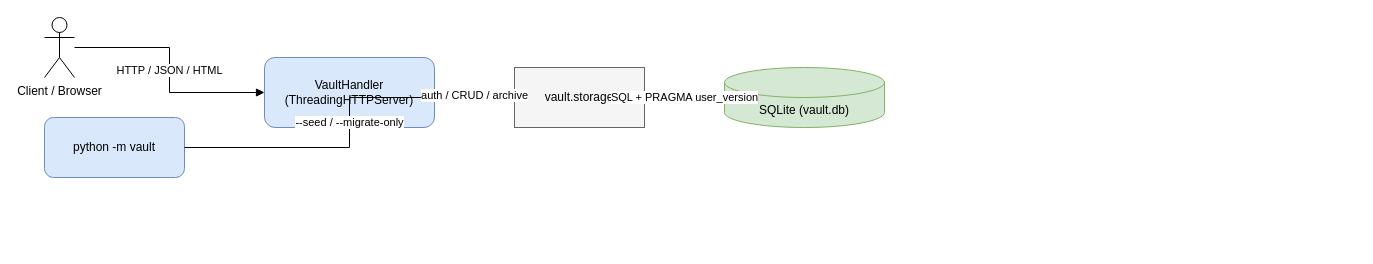
Lolisuki18/Test-skill keeps this draw.io diagram as docs/vault/diagrams/architecture-vault.drawio. Above is the earlier version. Source tidied: cells renumbered, new cells numbered last; positions are measured from the earlier drawing's top-left corner, leaving out a move shared by most shapes. Both pictures are drawn from the tidied source at 100%, with x=0, y=0 at pixel (44, 17).
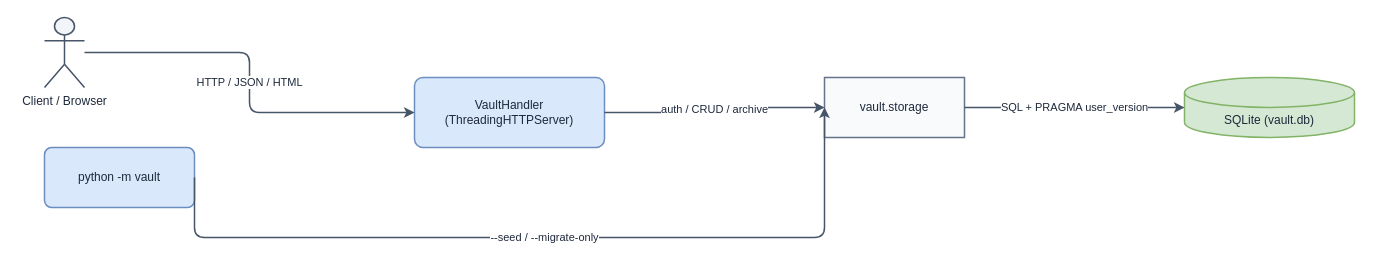
After the change.

Commit message (it also covers changes not shown here):
docs(vault): regenerate drawio diagrams with improved layout and borders

The edit, as a diff of the source:
```diff
@@
 <mxGraphModel>
   <root>
     <mxCell id="0" />
     <mxCell id="1" parent="0" />
-    <mxCell id="2" value="Client / Browser" style="shape=umlActor;verticalLabelPosition=bottom;verticalAlign=top;html=1;" parent="1" vertex="1">
-      <mxGeometry width="30" height="60" as="geometry" />
+    <mxCell id="2" value="Client / Browser" style="shape=umlActor;verticalLabelPosition=bottom;verticalAlign=top;html=1;outlineConnect=0;fillColor=#f1f5f9;strokeColor=#475569;strokeWidth=1.5;fontSize=12;fontColor=#1e293b;" parent="1" vertex="1">
+      <mxGeometry width="40" height="70" as="geometry" />
     </mxCell>
-    <mxCell id="3" value="python -m vault" style="rounded=1;whiteSpace=wrap;html=1;fillColor=#dae8fc;strokeColor=#6c8ebf;" parent="1" vertex="1">
-      <mxGeometry y="100" width="140" height="60" as="geometry" />
+    <mxCell id="3" value="python -m vault" style="rounded=1;arcSize=12;whiteSpace=wrap;html=1;fillColor=#dae8fc;strokeColor=#6c8ebf;strokeWidth=1.5;fontSize=12;fontColor=#1e293b;spacing=6;" parent="1" vertex="1">
+      <mxGeometry y="130" width="150" height="60" as="geometry" />
     </mxCell>
-    <mxCell id="4" value="VaultHandler (ThreadingHTTPServer)" style="rounded=1;whiteSpace=wrap;html=1;fillColor=#dae8fc;strokeColor=#6c8ebf;" parent="1" vertex="1">
-      <mxGeometry x="220" y="40" width="170" height="70" as="geometry" />
+    <mxCell id="4" value="VaultHandler (ThreadingHTTPServer)" style="rounded=1;arcSize=12;whiteSpace=wrap;html=1;fillColor=#dae8fc;strokeColor=#6c8ebf;strokeWidth=1.5;fontSize=12;fontColor=#1e293b;spacing=6;" parent="1" vertex="1">
+      <mxGeometry x="370" y="60" width="190" height="70" as="geometry" />
     </mxCell>
-    <mxCell id="5" value="vault.storage" style="rounded=0;whiteSpace=wrap;html=1;fillColor=#f5f5f5;strokeColor=#666666;" parent="1" vertex="1">
-      <mxGeometry x="470" y="50" width="130" height="60" as="geometry" />
+    <mxCell id="5" value="vault.storage" style="rounded=0;whiteSpace=wrap;html=1;fillColor=#f8fafc;strokeColor=#64748b;strokeWidth=1.5;fontSize=12;fontColor=#1e293b;spacing=6;" parent="1" vertex="1">
+      <mxGeometry x="780" y="60" width="140" height="60" as="geometry" />
     </mxCell>
-    <mxCell id="6" value="SQLite (vault.db)" style="shape=cylinder3;whiteSpace=wrap;html=1;boundedLbl=1;backgroundOutline=1;size=15;fillColor=#d5e8d4;strokeColor=#82b366;" parent="1" vertex="1">
-      <mxGeometry x="680" y="50" width="160" height="60" as="geometry" />
+    <mxCell id="6" value="SQLite (vault.db)" style="shape=cylinder3;whiteSpace=wrap;html=1;boundedLbl=1;backgroundOutline=1;size=15;fillColor=#d5e8d4;strokeColor=#82b366;strokeWidth=1.5;fontSize=12;fontColor=#1e293b;" parent="1" vertex="1">
+      <mxGeometry x="1140" y="60" width="170" height="60" as="geometry" />
     </mxCell>
-    <mxCell id="7" value="HTTP / JSON / HTML" style="edgeStyle=orthogonalEdgeStyle;rounded=0;html=1;endArrow=block;labelBackgroundColor=#ffffff;" parent="1" edge="1" source="2" target="4">
+    <mxCell id="7" value="HTTP / JSON / HTML" style="edgeStyle=orthogonalEdgeStyle;rounded=1;jettySize=auto;html=1;endArrow=classic;endFill=1;strokeColor=#475569;strokeWidth=1.5;fontSize=11;fontColor=#1e293b;labelBackgroundColor=#ffffff;exitX=1;exitY=0.5;exitDx=0;exitDy=0;entryX=0;entryY=0.5;entryDx=0;entryDy=0;" parent="1" edge="1" source="2" target="4">
       <mxGeometry relative="1" as="geometry" />
     </mxCell>
-    <mxCell id="8" value="--seed / --migrate-only" style="edgeStyle=orthogonalEdgeStyle;rounded=0;html=1;endArrow=block;labelBackgroundColor=#ffffff;" parent="1" edge="1" source="3" target="5">
-      <mxGeometry relative="1" as="geometry" />
+    <mxCell id="8" value="--seed / --migrate-only" style="edgeStyle=orthogonalEdgeStyle;rounded=1;jettySize=auto;html=1;endArrow=classic;endFill=1;strokeColor=#475569;strokeWidth=1.5;fontSize=11;fontColor=#1e293b;labelBackgroundColor=#ffffff;exitX=1;exitY=0.5;exitDx=0;exitDy=0;entryX=0;entryY=0.5;entryDx=0;entryDy=0;" parent="1" edge="1" source="3" target="5">
+      <mxGeometry relative="1" as="geometry">
+        <Array as="points">
+          <mxPoint x="180" y="220" />
+          <mxPoint x="750" y="220" />
+        </Array>
+      </mxGeometry>
     </mxCell>
-    <mxCell id="9" value="auth / CRUD / archive" style="edgeStyle=orthogonalEdgeStyle;rounded=0;html=1;endArrow=block;labelBackgroundColor=#ffffff;" parent="1" edge="1" source="4" target="5">
+    <mxCell id="9" value="auth / CRUD / archive" style="edgeStyle=orthogonalEdgeStyle;rounded=1;jettySize=auto;html=1;endArrow=classic;endFill=1;strokeColor=#475569;strokeWidth=1.5;fontSize=11;fontColor=#1e293b;labelBackgroundColor=#ffffff;exitX=1;exitY=0.5;exitDx=0;exitDy=0;entryX=0;entryY=0.5;entryDx=0;entryDy=0;" parent="1" edge="1" source="4" target="5">
       <mxGeometry relative="1" as="geometry" />
     </mxCell>
-    <mxCell id="10" value="SQL + PRAGMA user_version" style="edgeStyle=orthogonalEdgeStyle;rounded=0;html=1;endArrow=block;labelBackgroundColor=#ffffff;" parent="1" edge="1" source="5" target="6">
+    <mxCell id="10" value="SQL + PRAGMA user_version" style="edgeStyle=orthogonalEdgeStyle;rounded=1;jettySize=auto;html=1;endArrow=classic;endFill=1;strokeColor=#475569;strokeWidth=1.5;fontSize=11;fontColor=#1e293b;labelBackgroundColor=#ffffff;exitX=1;exitY=0.5;exitDx=0;exitDy=0;entryX=0;entryY=0.5;entryDx=0;entryDy=0;" parent="1" edge="1" source="5" target="6">
       <mxGeometry relative="1" as="geometry" />
     </mxCell>
   </root>
 </mxGraphModel>
```
